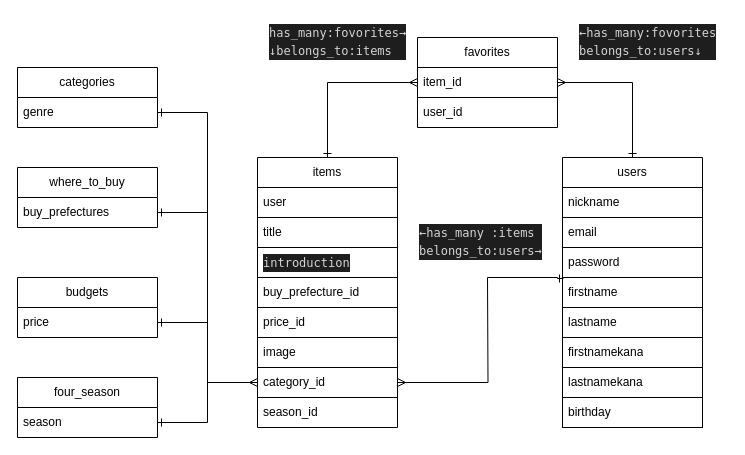
Before: page "ER図" (1 of 2) of ER.drawio in kazuma516/temiyage, a draw.io diagram. Source tidied: cells renumbered, new cells numbered last; positions are measured from the earlier drawing's top-left corner, leaving out a move shared by most shapes. Both pictures are drawn from the tidied source at 100%, with x=0, y=0 at pixel (17, 17).
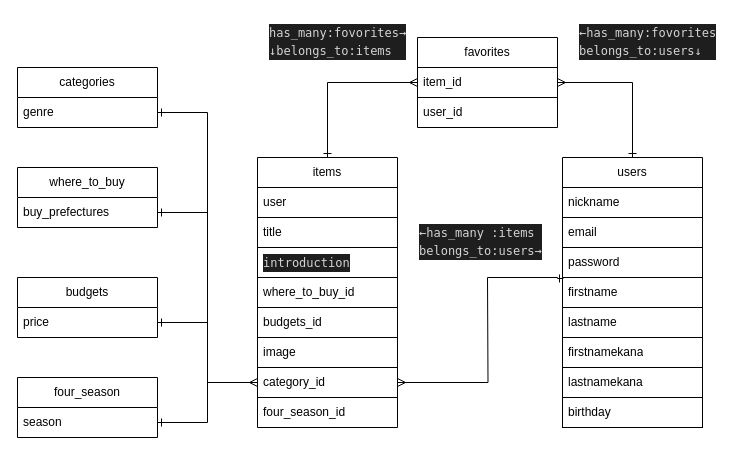
Above is the later version.

Unchanged cells that the change refers to:
```xml
<mxCell id="11" value="items" style="swimlane;fontStyle=0;horizontal=1;startSize=30;whiteSpace=wrap;html=1;" parent="1" vertex="1">
  <mxGeometry x="240" y="140" width="140" height="270" as="geometry" />
</mxCell>
```

Diff of the diagram source:
```diff
@@
-    <mxCell id="15" value="buy_prefecture_id" style="text;strokeColor=default;fillColor=none;align=left;verticalAlign=middle;spacingLeft=4;spacingRight=4;overflow=hidden;whiteSpace=wrap;html=1;" parent="11" vertex="1">
+    <mxCell id="15" value="where_to_buy_id" style="text;strokeColor=default;fillColor=none;align=left;verticalAlign=middle;spacingLeft=4;spacingRight=4;overflow=hidden;whiteSpace=wrap;html=1;" parent="11" vertex="1">
       <mxGeometry y="120" width="140" height="30" as="geometry" />
     </mxCell>
-    <mxCell id="16" value="price_id" style="text;strokeColor=none;fillColor=none;align=left;verticalAlign=middle;spacingLeft=4;spacingRight=4;overflow=hidden;whiteSpace=wrap;html=1;" parent="11" vertex="1">
+    <mxCell id="16" value="budgets_id" style="text;strokeColor=none;fillColor=none;align=left;verticalAlign=middle;spacingLeft=4;spacingRight=4;overflow=hidden;whiteSpace=wrap;html=1;" parent="11" vertex="1">
       <mxGeometry y="150" width="140" height="30" as="geometry" />
     </mxCell>
@@
-    <mxCell id="19" value="season_id" style="text;strokeColor=none;fillColor=none;align=left;verticalAlign=middle;spacingLeft=4;spacingRight=4;overflow=hidden;whiteSpace=wrap;html=1;" parent="11" vertex="1">
+    <mxCell id="19" value="four_season_id" style="text;strokeColor=none;fillColor=none;align=left;verticalAlign=middle;spacingLeft=4;spacingRight=4;overflow=hidden;whiteSpace=wrap;html=1;" parent="11" vertex="1">
       <mxGeometry y="240" width="140" height="30" as="geometry" />
     </mxCell>
```
